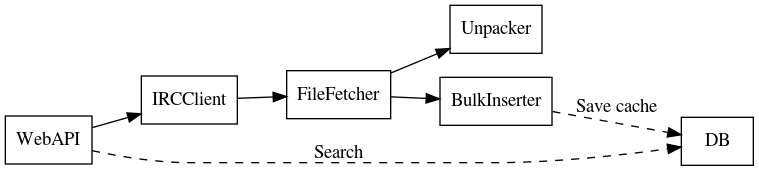
Before: docs/services.png, a diagram exported from Graphviz (DavidVentura/bookworm). Its source is kept beside it as docs/services.dot.
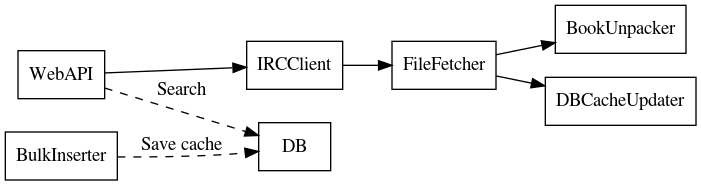
Above is the later version.

The edit, as a diff of the source:
```diff
@@ -3,13 +3,13 @@
    rankdir=LR;
    IRCClient
    FileFetcher
-   Unpacker
+   BookUnpacker
    WebAPI
-   BulkInserter
+   DBCacheUpdater
    DB
 
-   WebAPI -> IRCClient -> FileFetcher -> Unpacker
-   FileFetcher -> BulkInserter
+   WebAPI -> IRCClient -> FileFetcher -> BookUnpacker
+   FileFetcher -> DBCacheUpdater
 
    WebAPI -> DB[label="Search" style=dashed];
    BulkInserter -> DB[label="Save cache" style=dashed];
```
